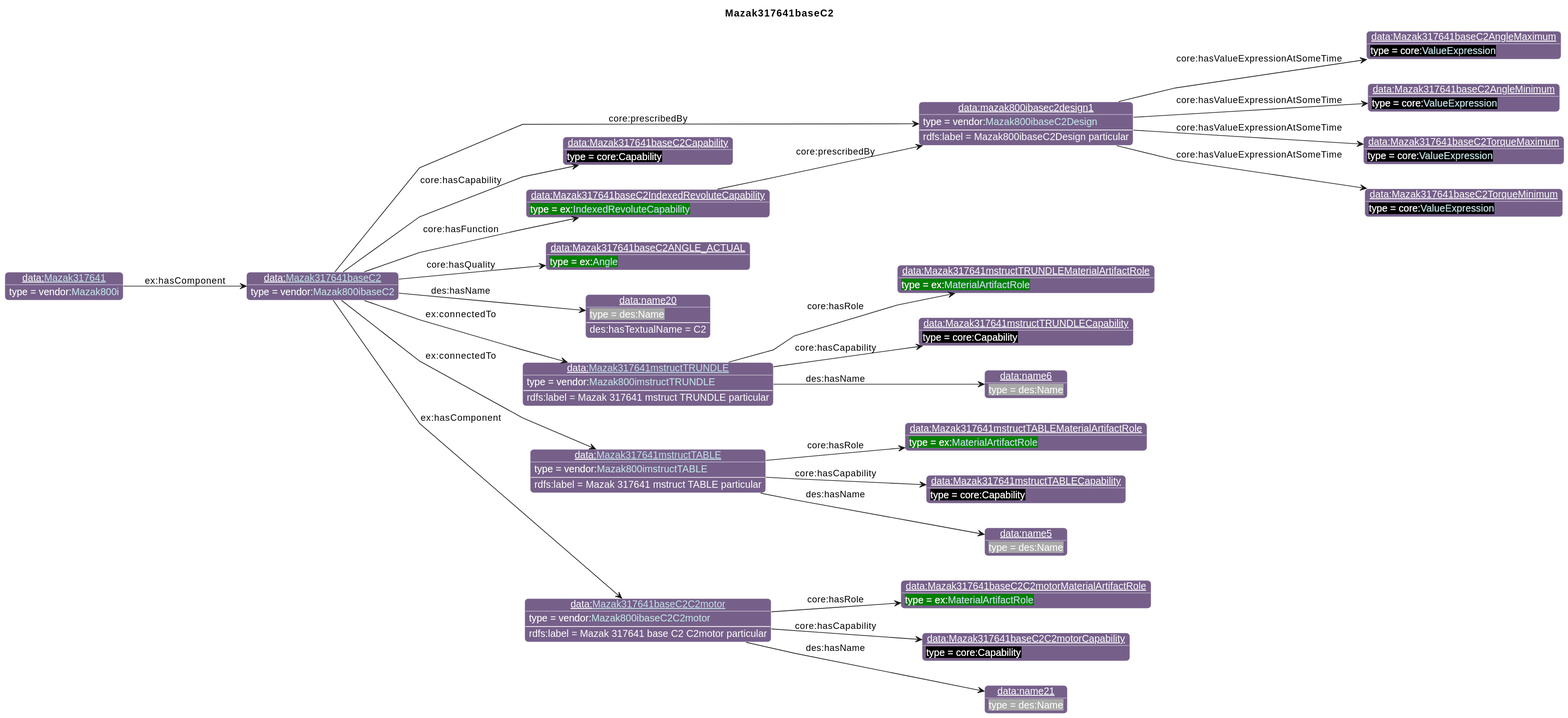
The PlantUML diagram diagrams/Mazak317641baseC2.svg in iofoundry/example-syseng-mtconnect, before a commit.
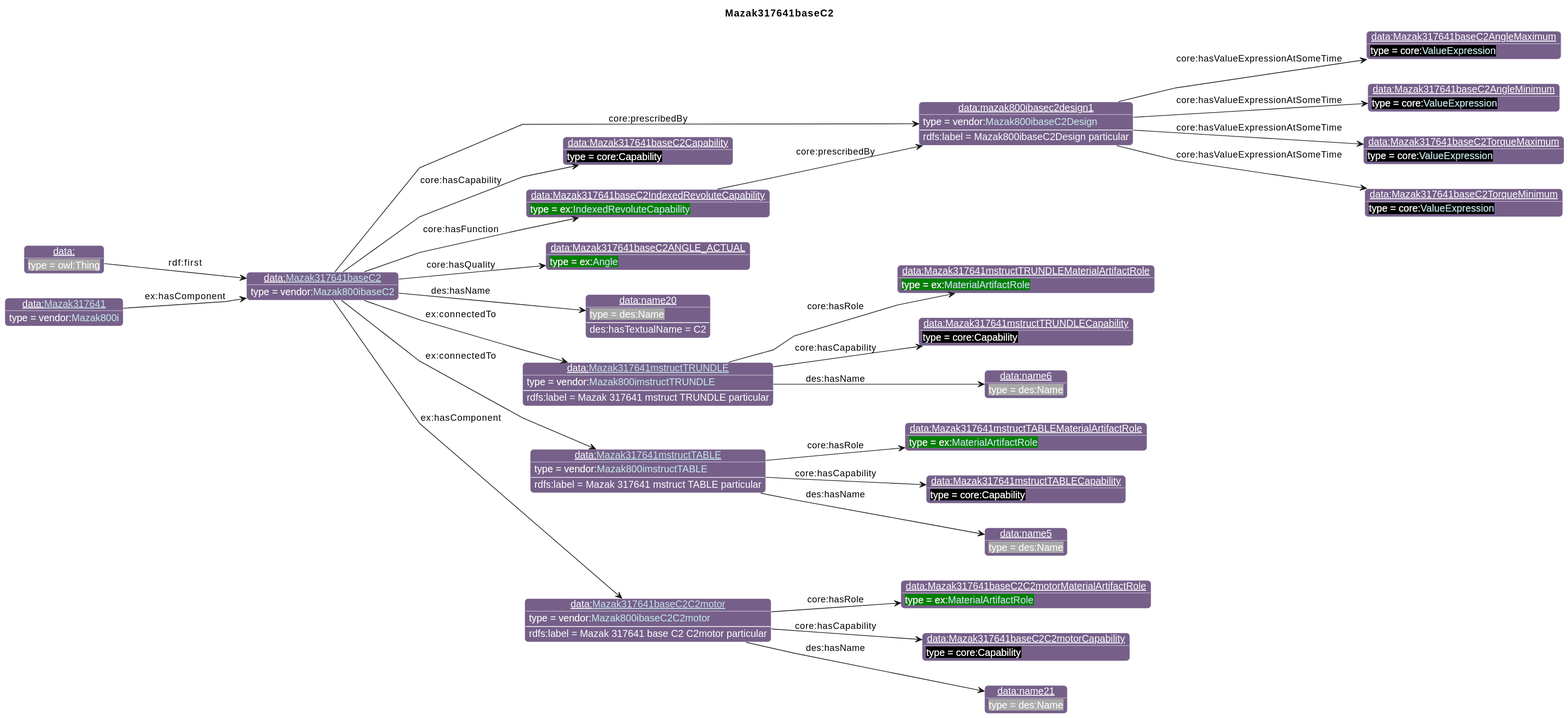
The same file after the commit.

What changed in the source:
```diff
@@ -47,7 +47,8 @@
 individual(o19, data:Mazak317641baseC2C2motorMaterialArtifactRole, ex:[[../Example.html#MaterialArtifactRole MaterialArtifactRole]])
 individual(o20, data:Mazak317641baseC2C2motorCapability, core:Capability)
 individual(o21, data:name21, des:Name)
-individual(o22, data:[[./Mazak317641.html Mazak317641]], vendor:[[../Mazak.html#Mazak800i Mazak800i]])
+individual(o22, data:, owl:Thing)
+individual(o23, data:[[./Mazak317641.html Mazak317641]], vendor:[[../Mazak.html#Mazak800i Mazak800i]])
 property(o0, "core:prescribedBy", o1)
 data(o1, "rdfs:label", "Mazak800ibaseC2Design particular")
 property(o1, "core:hasValueExpressionAtSomeTime", o2)
@@ -75,5 +76,6 @@
 property(o18, "core:hasRole", o19)
 property(o18, "core:hasCapability", o20)
 property(o18, "des:hasName", o21)
-property(o22, "ex:hasComponent", o0)
+property(o22, "rdf:first", o0)
+property(o23, "ex:hasComponent", o0)
 @enduml
```
